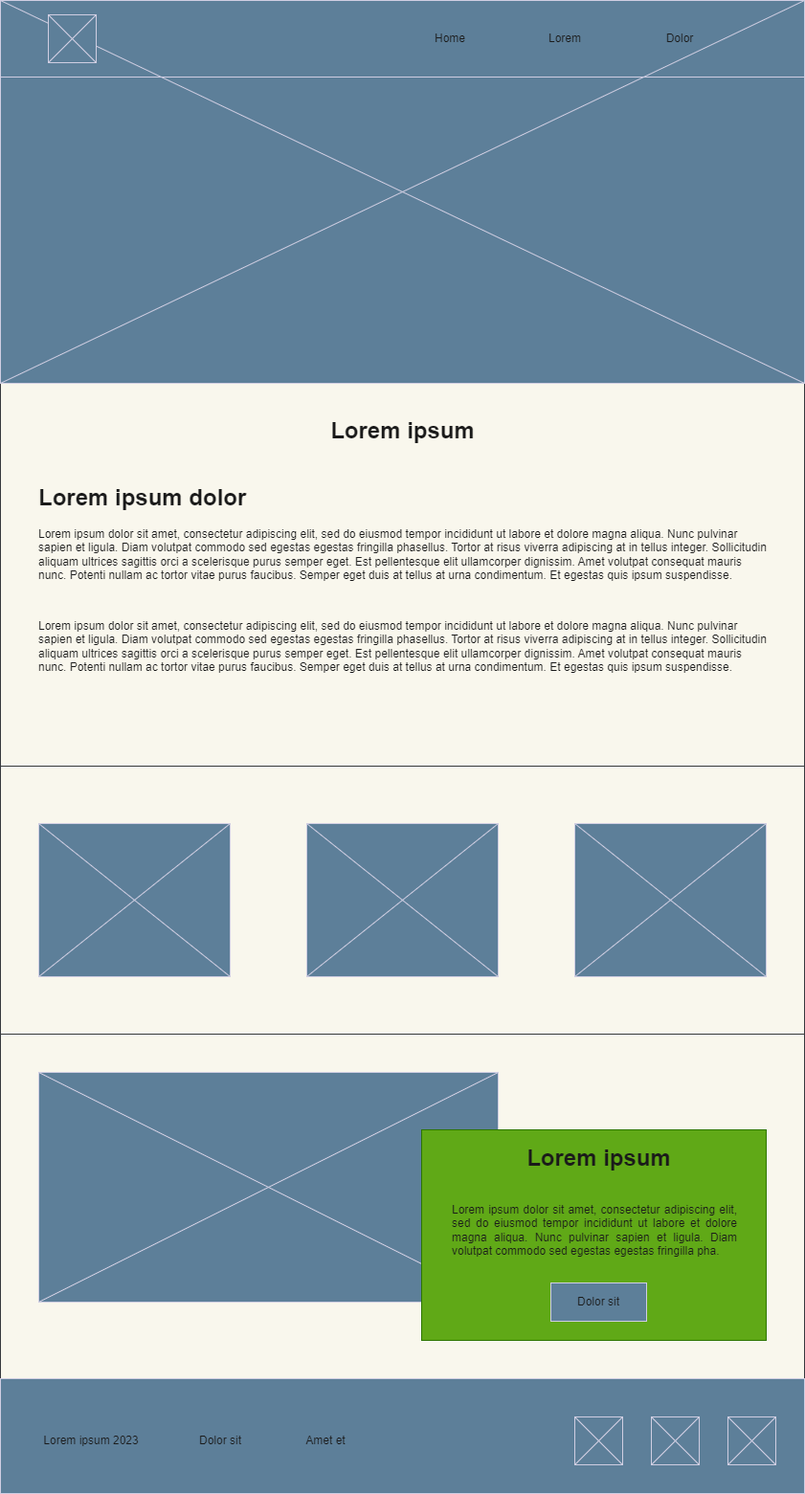
Earlier version of the draw.io export twt/images/wireframe_page2.png (tshanim/wdd130). Source tidied: cells renumbered, new cells last; positions are measured from the earlier drawing's top-left corner, leaving out a move shared by most shapes.
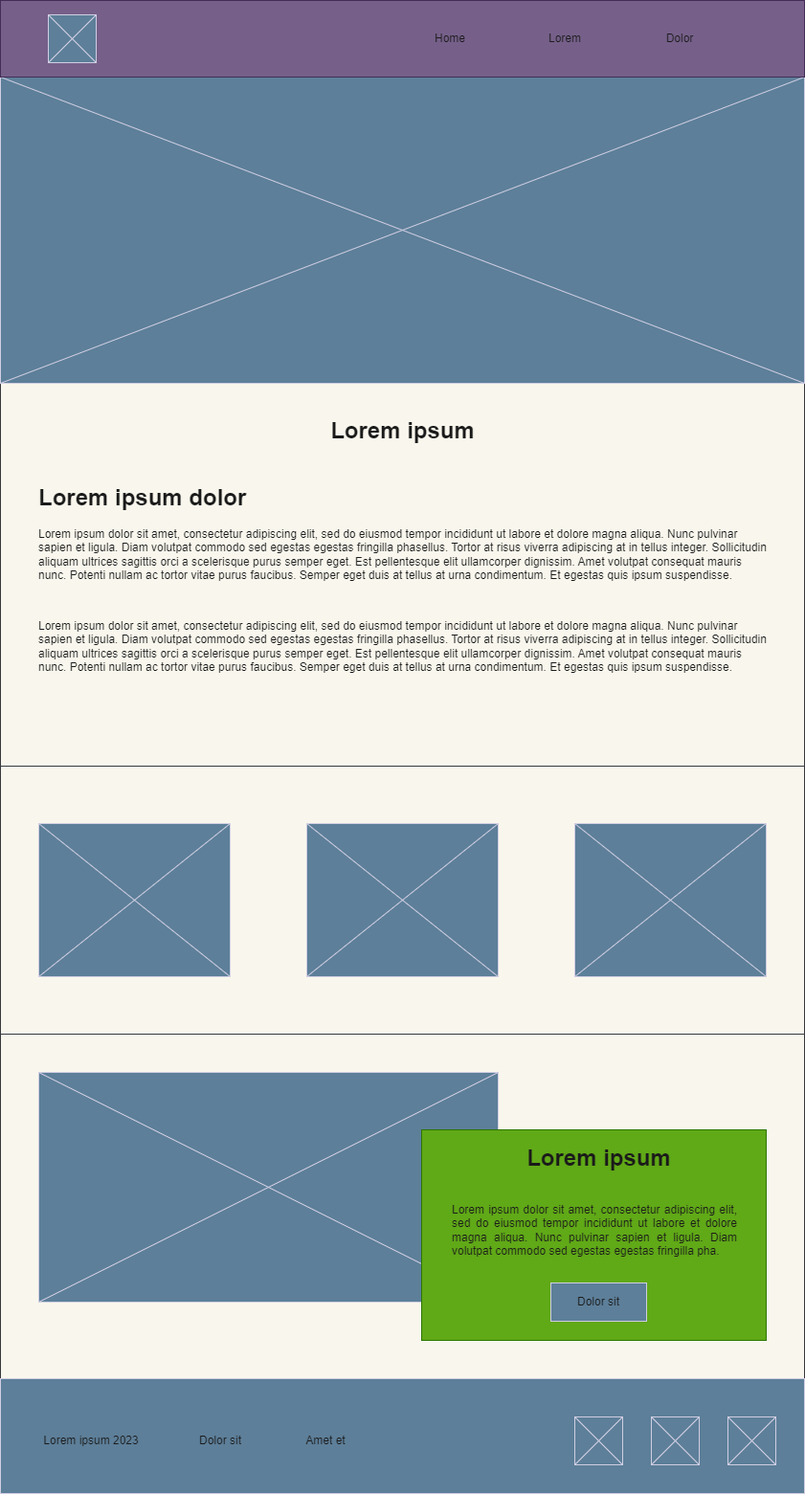
After the change.

The edit, as a diff of the source:
```diff
@@ -12,9 +12,9 @@
       <mxGeometry y="800" width="840" height="280" as="geometry" />
     </mxCell>
     <mxCell id="5" style="verticalLabelPosition=bottom;shadow=0;dashed=0;align=center;html=1;verticalAlign=top;strokeWidth=1;shape=mxgraph.mockup.graphics.simpleIcon;strokeColor=#D0CEE2;labelBackgroundColor=none;fillColor=#5D7F99;fontColor=#1A1A1A;" parent="1" vertex="1">
-      <mxGeometry width="840" height="400" as="geometry" />
+      <mxGeometry y="80" width="840" height="320" as="geometry" />
     </mxCell>
-    <mxCell id="6" style="rounded=0;whiteSpace=wrap;html=1;fillColor=none;labelBackgroundColor=none;strokeColor=#D0CEE2;fontColor=#1A1A1A;" parent="1" vertex="1">
+    <mxCell id="6" style="rounded=0;whiteSpace=wrap;html=1;fillColor=#76608a;labelBackgroundColor=none;strokeColor=#432D57;fontColor=#ffffff;" parent="1" vertex="1">
       <mxGeometry width="840" height="80" as="geometry" />
     </mxCell>
     <mxCell id="7" style="verticalLabelPosition=bottom;shadow=0;dashed=0;align=center;html=1;verticalAlign=top;strokeWidth=1;shape=mxgraph.mockup.graphics.simpleIcon;strokeColor=#D0CEE2;labelBackgroundColor=none;fillColor=#5D7F99;fontColor=#1A1A1A;" parent="1" vertex="1">
```
